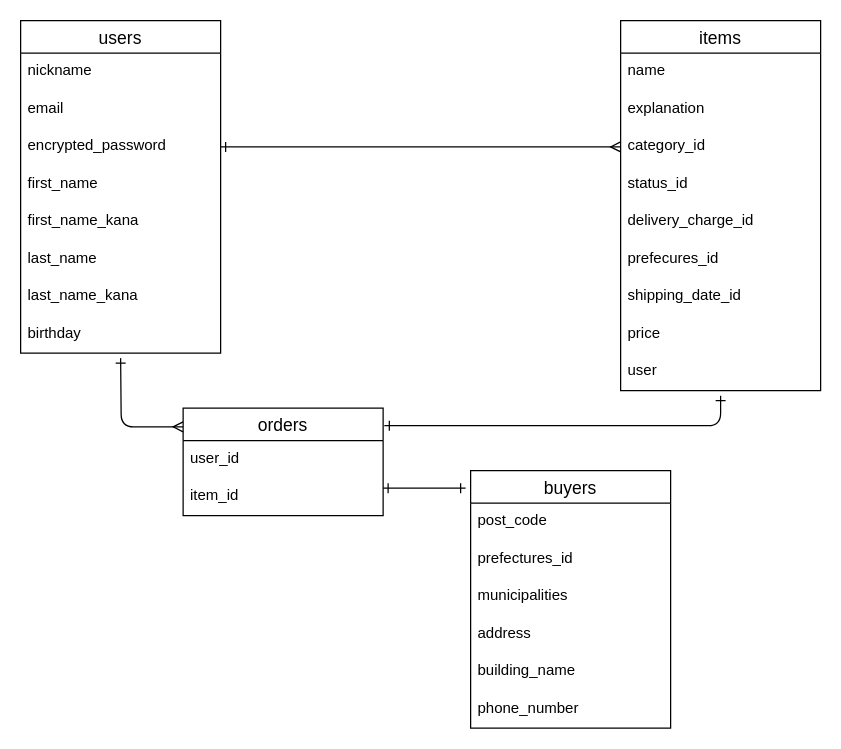
Earlier version of the draw.io diagram er.dio (hm19890304/furima-37771). Source tidied: cells renumbered, new cells numbered last; positions are measured from the earlier drawing's top-left corner, leaving out a move shared by most shapes. Both pictures are drawn from the tidied source at 125%, with x=0, y=0 at pixel (20, 20).
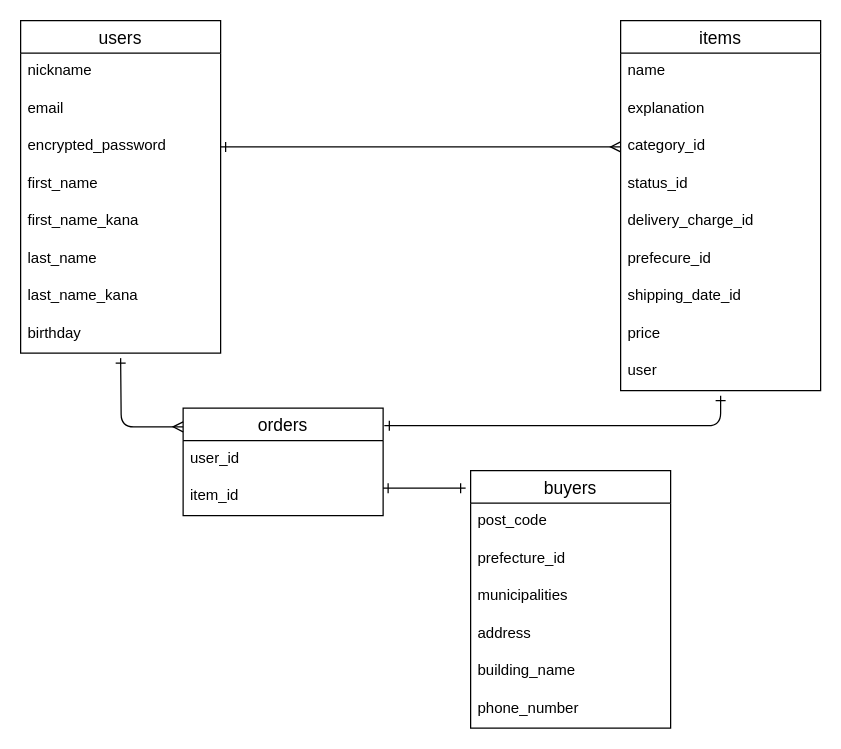
Above is the later version.

Commit message (it also covers changes not shown here):
カラム名とアソシエーションの見直し

The change refers to these unchanged cells:
```xml
<mxCell id="11" value="items" style="swimlane;fontStyle=0;horizontal=1;startSize=26;align=center;fontSize=14;" parent="1" vertex="1">
  <mxGeometry x="480" width="160" height="296" as="geometry" />
</mxCell>
<mxCell id="27" value="buyers" style="swimlane;fontStyle=0;horizontal=1;startSize=26;align=center;fontSize=14;" parent="1" vertex="1">
  <mxGeometry x="360" y="360" width="160" height="206" as="geometry" />
</mxCell>
```

Change to the diagram source:
```diff
@@
-    <mxCell id="17" value="prefecures_id" style="text;strokeColor=none;fillColor=none;spacingLeft=4;spacingRight=4;overflow=hidden;fontSize=12;" parent="11" vertex="1">
+    <mxCell id="17" value="prefecure_id" style="text;strokeColor=none;fillColor=none;spacingLeft=4;spacingRight=4;overflow=hidden;fontSize=12;" parent="11" vertex="1">
       <mxGeometry y="176" width="160" height="30" as="geometry" />
     </mxCell>
@@
-    <mxCell id="29" value="prefectures_id" style="text;strokeColor=none;fillColor=none;spacingLeft=4;spacingRight=4;overflow=hidden;fontSize=12;" parent="27" vertex="1">
+    <mxCell id="29" value="prefecture_id" style="text;strokeColor=none;fillColor=none;spacingLeft=4;spacingRight=4;overflow=hidden;fontSize=12;" parent="27" vertex="1">
       <mxGeometry y="56" width="160" height="30" as="geometry" />
     </mxCell>
```
